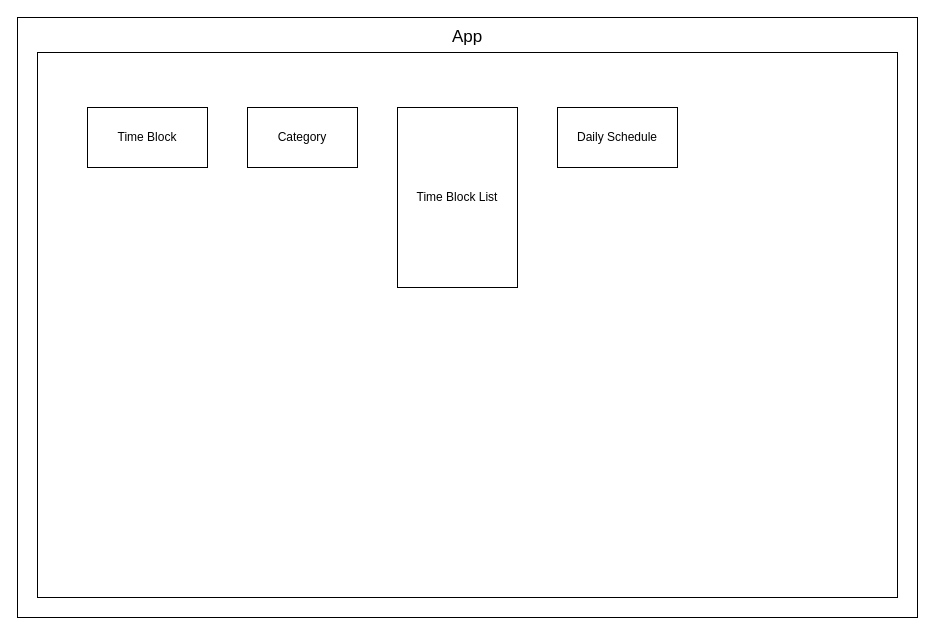
nsncowan/work-life-planner keeps this draw.io diagram as app_diagram_v1.drawio. Above is the earlier version. Source tidied: cells renumbered, new cells numbered last; positions are measured from the earlier drawing's top-left corner, leaving out a move shared by most shapes. Both pictures are drawn from the tidied source at 100%, with x=0, y=0 at pixel (17, 17).
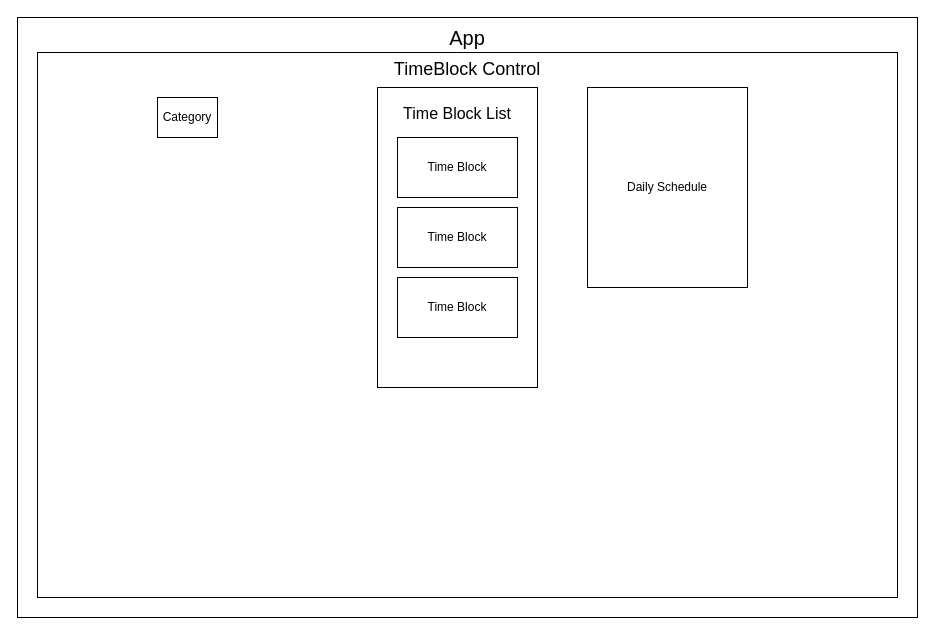
After the change.

Change to the diagram source:
```diff
@@
 <mxGraphModel>
   <root>
     <mxCell id="0" />
     <mxCell id="1" parent="0" />
-    <mxCell id="2" style="rounded=0;whiteSpace=wrap;html=1;" parent="1" vertex="1">
+    <mxCell id="2" style="rounded=0;whiteSpace=wrap;html=1;fontSize=13;" parent="1" vertex="1">
       <mxGeometry width="900" height="600" as="geometry" />
     </mxCell>
-    <mxCell id="3" value="&lt;font style=&quot;font-size: 17px;&quot;&gt;App&lt;br&gt;&lt;/font&gt;" style="text;strokeColor=none;align=center;fillColor=none;html=1;verticalAlign=middle;whiteSpace=wrap;rounded=0;" parent="1" vertex="1">
+    <mxCell id="3" value="&lt;font style=&quot;font-size: 20px;&quot;&gt;App&lt;br style=&quot;font-size: 20px;&quot;&gt;&lt;/font&gt;" style="text;strokeColor=none;align=center;fillColor=none;html=1;verticalAlign=middle;whiteSpace=wrap;rounded=0;fontSize=20;" parent="1" vertex="1">
       <mxGeometry x="416.2" width="67.5" height="40" as="geometry" />
     </mxCell>
-    <mxCell id="4" style="rounded=0;whiteSpace=wrap;html=1;" parent="1" vertex="1">
+    <mxCell id="4" value="TimeBlock Control" style="rounded=0;whiteSpace=wrap;html=1;verticalAlign=top;fontSize=18;" parent="1" vertex="1">
       <mxGeometry x="20" y="35" width="860" height="545" as="geometry" />
     </mxCell>
+    <mxCell id="7" value="Time Block List" style="rounded=0;whiteSpace=wrap;html=1;spacingTop=10;verticalAlign=top;spacing=2;spacingBottom=0;horizontal=1;fontSize=16;" parent="1" vertex="1">
+      <mxGeometry x="360" y="70" width="160" height="300" as="geometry" />
+    </mxCell>
     <mxCell id="5" value="Time Block" style="rounded=0;whiteSpace=wrap;html=1;" parent="1" vertex="1">
-      <mxGeometry x="70" y="90" width="120" height="60" as="geometry" />
+      <mxGeometry x="380" y="120" width="120" height="60" as="geometry" />
     </mxCell>
     <mxCell id="6" value="Category" style="rounded=0;whiteSpace=wrap;html=1;" parent="1" vertex="1">
-      <mxGeometry x="230" y="90" width="110" height="60" as="geometry" />
+      <mxGeometry x="140" y="80" width="60" height="40" as="geometry" />
     </mxCell>
-    <mxCell id="7" value="Time Block List" style="rounded=0;whiteSpace=wrap;html=1;" parent="1" vertex="1">
-      <mxGeometry x="380" y="90" width="120" height="180" as="geometry" />
-    </mxCell>
     <mxCell id="8" value="Daily Schedule" style="rounded=0;whiteSpace=wrap;html=1;" parent="1" vertex="1">
-      <mxGeometry x="540" y="90" width="120" height="60" as="geometry" />
+      <mxGeometry x="570" y="70" width="160" height="200" as="geometry" />
     </mxCell>
+    <mxCell id="9" value="Time Block" style="rounded=0;whiteSpace=wrap;html=1;" parent="1" vertex="1">
+      <mxGeometry x="380" y="190" width="120" height="60" as="geometry" />
+    </mxCell>
+    <mxCell id="10" value="Time Block" style="rounded=0;whiteSpace=wrap;html=1;" parent="1" vertex="1">
+      <mxGeometry x="380" y="260" width="120" height="60" as="geometry" />
+    </mxCell>
   </root>
 </mxGraphModel>
```
